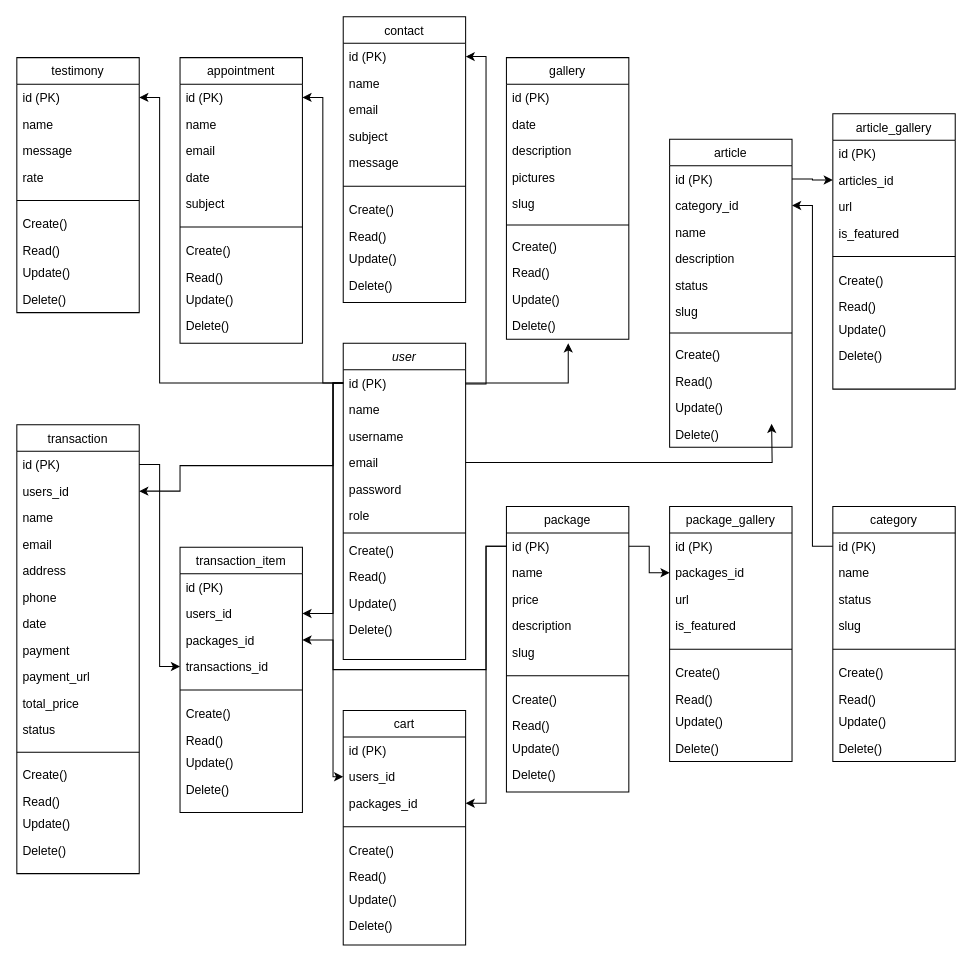
Earlier version of the draw.io diagram diagram/Class Diagram.drawio (wepro-v/asset). Source tidied: cells renumbered, new cells numbered last; positions are measured from the earlier drawing's top-left corner, leaving out a move shared by most shapes. Both pictures are drawn from the tidied source at 102%, with x=0, y=0 at pixel (16, 16).
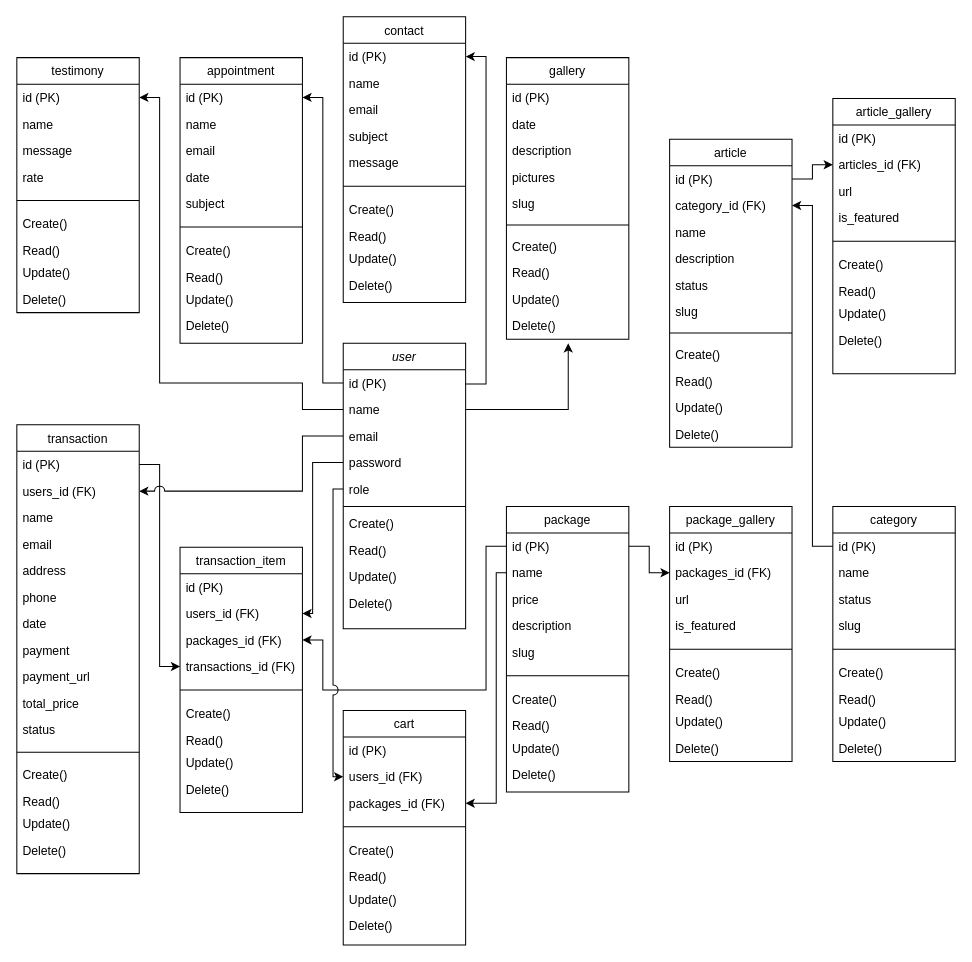
The same page after the edit.

Unchanged cells that the change refers to:
```xml
<mxCell id="5" value="id (PK)" style="text;align=left;verticalAlign=top;spacingLeft=4;spacingRight=4;overflow=hidden;points=[[0,0.5],[1,0.5]];portConstraint=eastwest;" parent="4" vertex="1">
  <mxGeometry y="26" width="120" height="26" as="geometry" />
</mxCell>
<mxCell id="6" value="name" style="text;align=left;verticalAlign=top;spacingLeft=4;spacingRight=4;overflow=hidden;points=[[0,0.5],[1,0.5]];portConstraint=eastwest;rounded=0;shadow=0;html=0;" parent="4" vertex="1">
  <mxGeometry y="52" width="120" height="26" as="geometry" />
</mxCell>
<mxCell id="17" value="id (PK)" style="text;align=left;verticalAlign=top;spacingLeft=4;spacingRight=4;overflow=hidden;points=[[0,0.5],[1,0.5]];portConstraint=eastwest;" parent="16" vertex="1">
  <mxGeometry y="26" width="120" height="26" as="geometry" />
</mxCell>
<mxCell id="18" value="name" style="text;align=left;verticalAlign=top;spacingLeft=4;spacingRight=4;overflow=hidden;points=[[0,0.5],[1,0.5]];portConstraint=eastwest;rounded=0;shadow=0;html=0;" parent="16" vertex="1">
  <mxGeometry y="52" width="120" height="26" as="geometry" />
</mxCell>
<mxCell id="27" value="article" style="swimlane;fontStyle=0;align=center;verticalAlign=top;horizontal=1;startSize=26;rounded=0;shadow=0;strokeWidth=1;" parent="1" vertex="1">
  <mxGeometry x="640" y="120" width="120" height="302" as="geometry" />
</mxCell>
<mxCell id="28" value="id (PK)" style="text;align=left;verticalAlign=top;spacingLeft=4;spacingRight=4;overflow=hidden;points=[[0,0.5],[1,0.5]];portConstraint=eastwest;" parent="27" vertex="1">
  <mxGeometry y="26" width="120" height="26" as="geometry" />
</mxCell>
<mxCell id="49" value="Delete()" style="text;align=left;verticalAlign=top;spacingLeft=4;spacingRight=4;overflow=hidden;points=[[0,0.5],[1,0.5]];portConstraint=eastwest;rounded=0;shadow=0;html=0;" parent="39" vertex="1">
  <mxGeometry y="250" width="120" height="26" as="geometry" />
</mxCell>
<mxCell id="61" value="transaction" style="swimlane;fontStyle=0;align=center;verticalAlign=top;horizontal=1;startSize=26;rounded=0;shadow=0;strokeWidth=1;" parent="1" vertex="1">
  <mxGeometry y="400" width="120" height="440" as="geometry" />
</mxCell>
<mxCell id="81" value="package_gallery" style="swimlane;fontStyle=0;align=center;verticalAlign=top;horizontal=1;startSize=26;rounded=0;shadow=0;strokeWidth=1;" parent="1" vertex="1">
  <mxGeometry x="640" y="480" width="120" height="250" as="geometry" />
</mxCell>
<mxCell id="102" value="transaction_item&#10;" style="swimlane;fontStyle=0;align=center;verticalAlign=top;horizontal=1;startSize=26;rounded=0;shadow=0;strokeWidth=1;" parent="1" vertex="1">
  <mxGeometry x="160" y="520" width="120" height="260" as="geometry" />
</mxCell>
<mxCell id="123" value="cart" style="swimlane;fontStyle=0;align=center;verticalAlign=top;horizontal=1;startSize=26;rounded=0;shadow=0;strokeWidth=1;" parent="1" vertex="1">
  <mxGeometry x="320" y="680" width="120" height="230" as="geometry" />
</mxCell>
<mxCell id="146" value="id (PK)" style="text;align=left;verticalAlign=top;spacingLeft=4;spacingRight=4;overflow=hidden;points=[[0,0.5],[1,0.5]];portConstraint=eastwest;" parent="145" vertex="1">
  <mxGeometry y="26" width="120" height="26" as="geometry" />
</mxCell>
```

The edit, as a diff of the source:
```diff
@@
     <mxCell id="4" value="user" style="swimlane;fontStyle=2;align=center;verticalAlign=top;horizontal=1;startSize=26;rounded=0;shadow=0;strokeWidth=1;" parent="1" vertex="1">
-      <mxGeometry x="320" y="320" width="120" height="310" as="geometry" />
+      <mxGeometry x="320" y="320" width="120" height="280" as="geometry" />
     </mxCell>
@@
-    <mxCell id="7" value="username" style="text;align=left;verticalAlign=top;spacingLeft=4;spacingRight=4;overflow=hidden;rounded=0;shadow=0;html=0;" parent="4" vertex="1">
-      <mxGeometry y="78" width="120" height="26" as="geometry" />
-    </mxCell>
     <mxCell id="8" value="email" style="text;align=left;verticalAlign=top;spacingLeft=4;spacingRight=4;overflow=hidden;points=[[0,0.5],[1,0.5]];portConstraint=eastwest;" parent="4" vertex="1">
-      <mxGeometry y="104" width="120" height="26" as="geometry" />
+      <mxGeometry y="78" width="120" height="26" as="geometry" />
     </mxCell>
     <mxCell id="9" value="password" style="text;align=left;verticalAlign=top;spacingLeft=4;spacingRight=4;overflow=hidden;points=[[0,0.5],[1,0.5]];portConstraint=eastwest;" parent="4" vertex="1">
-      <mxGeometry y="130" width="120" height="26" as="geometry" />
+      <mxGeometry y="104" width="120" height="26" as="geometry" />
     </mxCell>
     <mxCell id="10" value="role" style="text;align=left;verticalAlign=top;spacingLeft=4;spacingRight=4;overflow=hidden;points=[[0,0.5],[1,0.5]];portConstraint=eastwest;" parent="4" vertex="1">
-      <mxGeometry y="156" width="120" height="26" as="geometry" />
+      <mxGeometry y="130" width="120" height="26" as="geometry" />
     </mxCell>
     <mxCell id="11" style="line;html=1;strokeWidth=1;align=left;verticalAlign=middle;spacingTop=-1;spacingLeft=3;spacingRight=3;labelPosition=right;" parent="4" vertex="1">
-      <mxGeometry y="182" width="120" height="8" as="geometry" />
+      <mxGeometry y="156" width="120" height="8" as="geometry" />
     </mxCell>
     <mxCell id="12" value="Create()" style="text;align=left;verticalAlign=top;spacingLeft=4;spacingRight=4;overflow=hidden;rounded=0;shadow=0;html=0;" parent="4" vertex="1">
-      <mxGeometry y="190" width="120" height="26" as="geometry" />
+      <mxGeometry y="164" width="120" height="26" as="geometry" />
     </mxCell>
     <mxCell id="13" value="Read()" style="text;align=left;verticalAlign=top;spacingLeft=4;spacingRight=4;overflow=hidden;rounded=0;shadow=0;html=0;" parent="4" vertex="1">
-      <mxGeometry y="216" width="120" height="26" as="geometry" />
+      <mxGeometry y="190" width="120" height="26" as="geometry" />
     </mxCell>
     <mxCell id="14" value="Update()" style="text;align=left;verticalAlign=top;spacingLeft=4;spacingRight=4;overflow=hidden;rounded=0;shadow=0;html=0;" parent="4" vertex="1">
-      <mxGeometry y="242" width="120" height="26" as="geometry" />
+      <mxGeometry y="216" width="120" height="26" as="geometry" />
     </mxCell>
     <mxCell id="15" value="Delete()" style="text;align=left;verticalAlign=top;spacingLeft=4;spacingRight=4;overflow=hidden;rounded=0;shadow=0;html=0;" parent="4" vertex="1">
-      <mxGeometry y="268" width="120" height="26" as="geometry" />
+      <mxGeometry y="242" width="120" height="26" as="geometry" />
     </mxCell>
@@
-    <mxCell id="29" value="category_id" style="text;align=left;verticalAlign=top;spacingLeft=4;spacingRight=4;overflow=hidden;points=[[0,0.5],[1,0.5]];portConstraint=eastwest;rounded=0;shadow=0;html=0;" parent="27" vertex="1">
+    <mxCell id="29" value="category_id (FK)" style="text;align=left;verticalAlign=top;spacingLeft=4;spacingRight=4;overflow=hidden;points=[[0,0.5],[1,0.5]];portConstraint=eastwest;rounded=0;shadow=0;html=0;" parent="27" vertex="1">
       <mxGeometry y="52" width="120" height="26" as="geometry" />
     </mxCell>
@@
-    <mxCell id="63" value="users_id" style="text;align=left;verticalAlign=top;spacingLeft=4;spacingRight=4;overflow=hidden;points=[[0,0.5],[1,0.5]];portConstraint=eastwest;rounded=0;shadow=0;html=0;" parent="61" vertex="1">
+    <mxCell id="63" value="users_id (FK)&#10;" style="text;align=left;verticalAlign=top;spacingLeft=4;spacingRight=4;overflow=hidden;points=[[0,0.5],[1,0.5]];portConstraint=eastwest;rounded=0;shadow=0;html=0;" parent="61" vertex="1">
       <mxGeometry y="52" width="120" height="26" as="geometry" />
     </mxCell>
@@
-    <mxCell id="78" style="edgeStyle=orthogonalEdgeStyle;rounded=0;jettySize=auto;html=1;entryX=1;entryY=0.5;entryDx=0;entryDy=0;exitX=0;exitY=0.5;exitDx=0;exitDy=0;" parent="1" edge="1" source="5" target="63">
-      <mxGeometry relative="1" as="geometry">
-        <Array as="points">
-          <mxPoint x="310" y="359" />
-          <mxPoint x="310" y="440" />
-          <mxPoint x="160" y="440" />
-          <mxPoint x="160" y="465" />
-        </Array>
-      </mxGeometry>
-    </mxCell>
-    <mxCell id="79" style="edgeStyle=orthogonalEdgeStyle;rounded=0;jettySize=auto;html=1;entryX=0.505;entryY=1.158;entryDx=0;entryDy=0;entryPerimeter=0;exitX=1;exitY=0.5;exitDx=0;exitDy=0;" parent="1" edge="1" source="5" target="49">
+    <mxCell id="79" style="edgeStyle=orthogonalEdgeStyle;rounded=0;jettySize=auto;html=1;entryX=0.505;entryY=1.158;entryDx=0;entryDy=0;entryPerimeter=0;exitX=1;exitY=0.5;exitDx=0;exitDy=0;" parent="1" edge="1" source="6" target="49">
       <mxGeometry relative="1" as="geometry">
         <Array as="points">
-          <mxPoint x="540" y="359" />
+          <mxPoint x="541" y="385" />
         </Array>
       </mxGeometry>
     </mxCell>
-    <mxCell id="80" style="edgeStyle=orthogonalEdgeStyle;rounded=0;jettySize=auto;html=1;" parent="1" edge="1" source="8">
-      <mxGeometry relative="1" as="geometry">
-        <mxPoint x="740" y="399" as="targetPoint" />
-      </mxGeometry>
-    </mxCell>
@@
-    <mxCell id="83" value="packages_id" style="text;align=left;verticalAlign=top;spacingLeft=4;spacingRight=4;overflow=hidden;points=[[0,0.5],[1,0.5]];portConstraint=eastwest;rounded=0;shadow=0;html=0;" parent="81" vertex="1">
+    <mxCell id="83" value="packages_id (FK)" style="text;align=left;verticalAlign=top;spacingLeft=4;spacingRight=4;overflow=hidden;points=[[0,0.5],[1,0.5]];portConstraint=eastwest;rounded=0;shadow=0;html=0;" parent="81" vertex="1">
       <mxGeometry y="52" width="120" height="26" as="geometry" />
     </mxCell>
@@
     <mxCell id="92" value="article_gallery" style="swimlane;fontStyle=0;align=center;verticalAlign=top;horizontal=1;startSize=26;rounded=0;shadow=0;strokeWidth=1;" parent="1" vertex="1">
-      <mxGeometry x="800" y="95" width="120" height="270" as="geometry" />
+      <mxGeometry x="800" y="80" width="120" height="270" as="geometry" />
     </mxCell>
@@
-    <mxCell id="94" value="articles_id&#10;" style="text;align=left;verticalAlign=top;spacingLeft=4;spacingRight=4;overflow=hidden;points=[[0,0.5],[1,0.5]];portConstraint=eastwest;rounded=0;shadow=0;html=0;" parent="92" vertex="1">
+    <mxCell id="94" value="articles_id (FK)&#10;" style="text;align=left;verticalAlign=top;spacingLeft=4;spacingRight=4;overflow=hidden;points=[[0,0.5],[1,0.5]];portConstraint=eastwest;rounded=0;shadow=0;html=0;" parent="92" vertex="1">
       <mxGeometry y="52" width="120" height="26" as="geometry" />
     </mxCell>
@@
-    <mxCell id="104" value="users_id" style="text;align=left;verticalAlign=top;spacingLeft=4;spacingRight=4;overflow=hidden;points=[[0,0.5],[1,0.5]];portConstraint=eastwest;rounded=0;shadow=0;html=0;" parent="102" vertex="1">
+    <mxCell id="104" value="users_id (FK)" style="text;align=left;verticalAlign=top;spacingLeft=4;spacingRight=4;overflow=hidden;points=[[0,0.5],[1,0.5]];portConstraint=eastwest;rounded=0;shadow=0;html=0;" parent="102" vertex="1">
       <mxGeometry y="52" width="120" height="26" as="geometry" />
     </mxCell>
-    <mxCell id="105" value="packages_id" style="text;align=left;verticalAlign=top;spacingLeft=4;spacingRight=4;overflow=hidden;points=[[0,0.5],[1,0.5]];portConstraint=eastwest;rounded=0;shadow=0;html=0;" parent="102" vertex="1">
+    <mxCell id="105" value="packages_id (FK)" style="text;align=left;verticalAlign=top;spacingLeft=4;spacingRight=4;overflow=hidden;points=[[0,0.5],[1,0.5]];portConstraint=eastwest;rounded=0;shadow=0;html=0;" parent="102" vertex="1">
       <mxGeometry y="78" width="120" height="26" as="geometry" />
     </mxCell>
-    <mxCell id="106" value="transactions_id" style="text;align=left;verticalAlign=top;spacingLeft=4;spacingRight=4;overflow=hidden;points=[[0,0.5],[1,0.5]];portConstraint=eastwest;rounded=0;shadow=0;html=0;" parent="102" vertex="1">
+    <mxCell id="106" value="transactions_id (FK)" style="text;align=left;verticalAlign=top;spacingLeft=4;spacingRight=4;overflow=hidden;points=[[0,0.5],[1,0.5]];portConstraint=eastwest;rounded=0;shadow=0;html=0;" parent="102" vertex="1">
       <mxGeometry y="104" width="120" height="26" as="geometry" />
     </mxCell>
@@
-    <mxCell id="125" value="users_id" style="text;align=left;verticalAlign=top;spacingLeft=4;spacingRight=4;overflow=hidden;points=[[0,0.5],[1,0.5]];portConstraint=eastwest;rounded=0;shadow=0;html=0;" parent="123" vertex="1">
+    <mxCell id="125" value="users_id (FK)" style="text;align=left;verticalAlign=top;spacingLeft=4;spacingRight=4;overflow=hidden;points=[[0,0.5],[1,0.5]];portConstraint=eastwest;rounded=0;shadow=0;html=0;" parent="123" vertex="1">
       <mxGeometry y="52" width="120" height="26" as="geometry" />
     </mxCell>
-    <mxCell id="126" value="packages_id" style="text;align=left;verticalAlign=top;spacingLeft=4;spacingRight=4;overflow=hidden;points=[[0,0.5],[1,0.5]];portConstraint=eastwest;rounded=0;shadow=0;html=0;" parent="123" vertex="1">
+    <mxCell id="126" value="packages_id (FK)" style="text;align=left;verticalAlign=top;spacingLeft=4;spacingRight=4;overflow=hidden;points=[[0,0.5],[1,0.5]];portConstraint=eastwest;rounded=0;shadow=0;html=0;" parent="123" vertex="1">
       <mxGeometry y="78" width="120" height="26" as="geometry" />
     </mxCell>
@@
-    <mxCell id="143" style="edgeStyle=orthogonalEdgeStyle;rounded=0;jettySize=auto;html=1;entryX=1;entryY=0.5;entryDx=0;entryDy=0;exitX=0;exitY=0.5;exitDx=0;exitDy=0;" parent="1" edge="1" source="17" target="105">
-      <mxGeometry relative="1" as="geometry">
-        <Array as="points">
-          <mxPoint x="460" y="519" />
-          <mxPoint x="460" y="640" />
-          <mxPoint x="310" y="640" />
-          <mxPoint x="310" y="611" />
-        </Array>
-      </mxGeometry>
-    </mxCell>
-    <mxCell id="144" style="edgeStyle=orthogonalEdgeStyle;rounded=0;jettySize=auto;html=1;entryX=1;entryY=0.5;entryDx=0;entryDy=0;" parent="1" edge="1" source="5" target="104">
-      <mxGeometry relative="1" as="geometry">
-        <Array as="points">
-          <mxPoint x="310" y="359" />
-          <mxPoint x="310" y="585" />
-        </Array>
-      </mxGeometry>
-    </mxCell>
@@
+    <mxCell id="143" style="edgeStyle=orthogonalEdgeStyle;rounded=0;jettySize=auto;html=1;entryX=1;entryY=0.5;entryDx=0;entryDy=0;exitX=0;exitY=0.5;exitDx=0;exitDy=0;jumpStyle=arc;" parent="1" edge="1" source="17" target="105">
+      <mxGeometry relative="1" as="geometry">
+        <Array as="points">
+          <mxPoint x="460" y="519" />
+          <mxPoint x="460" y="660" />
+          <mxPoint x="300" y="660" />
+          <mxPoint x="300" y="611" />
+        </Array>
+      </mxGeometry>
+    </mxCell>
-    <mxCell id="155" style="edgeStyle=orthogonalEdgeStyle;rounded=0;jettySize=auto;html=1;entryX=1;entryY=0.5;entryDx=0;entryDy=0;" parent="1" edge="1" source="17" target="126">
-      <mxGeometry relative="1" as="geometry" />
+    <mxCell id="155" style="edgeStyle=orthogonalEdgeStyle;rounded=0;jettySize=auto;html=1;entryX=1;entryY=0.5;entryDx=0;entryDy=0;exitX=0;exitY=0.5;exitDx=0;exitDy=0;" parent="1" edge="1" source="18" target="126">
+      <mxGeometry relative="1" as="geometry">
+        <Array as="points">
+          <mxPoint x="470" y="545" />
+          <mxPoint x="470" y="771" />
+        </Array>
+      </mxGeometry>
     </mxCell>
-    <mxCell id="156" style="edgeStyle=orthogonalEdgeStyle;rounded=0;jettySize=auto;html=1;entryX=0;entryY=0.5;entryDx=0;entryDy=0;" parent="1" edge="1" source="5" target="125">
+    <mxCell id="156" style="edgeStyle=orthogonalEdgeStyle;rounded=0;jettySize=auto;html=1;entryX=0;entryY=0.5;entryDx=0;entryDy=0;jumpStyle=arc;jumpSize=10;exitX=0;exitY=0.5;exitDx=0;exitDy=0;" parent="1" edge="1" source="10" target="125">
       <mxGeometry relative="1" as="geometry">
         <Array as="points">
-          <mxPoint x="310" y="359" />
+          <mxPoint x="310" y="463" />
           <mxPoint x="310" y="745" />
         </Array>
       </mxGeometry>
     </mxCell>
-    <mxCell id="157" style="edgeStyle=orthogonalEdgeStyle;rounded=0;jettySize=auto;html=1;entryX=1;entryY=0.5;entryDx=0;entryDy=0;" parent="1" edge="1" source="5" target="146">
+    <mxCell id="157" style="edgeStyle=orthogonalEdgeStyle;rounded=0;jettySize=auto;html=1;entryX=1;entryY=0.5;entryDx=0;entryDy=0;exitX=0;exitY=0.5;exitDx=0;exitDy=0;" parent="1" edge="1" source="6" target="146">
       <mxGeometry relative="1" as="geometry">
         <Array as="points">
+          <mxPoint x="280" y="385" />
+          <mxPoint x="280" y="359" />
           <mxPoint x="140" y="359" />
           <mxPoint x="140" y="79" />
         </Array>
       </mxGeometry>
     </mxCell>
@@
-    <mxCell id="159" style="edgeStyle=orthogonalEdgeStyle;rounded=0;jettySize=auto;html=1;entryX=0;entryY=0.5;entryDx=0;entryDy=0;" parent="1" edge="1" source="28" target="94">
-      <mxGeometry relative="1" as="geometry" />
+    <mxCell id="159" style="edgeStyle=orthogonalEdgeStyle;rounded=0;jettySize=auto;html=1;entryX=0;entryY=0.5;entryDx=0;entryDy=0;" parent="1" edge="1" target="94">
+      <mxGeometry relative="1" as="geometry">
+        <mxPoint x="760" y="159" as="sourcePoint" />
+        <Array as="points">
+          <mxPoint x="780" y="159" />
+          <mxPoint x="780" y="145" />
+        </Array>
+      </mxGeometry>
     </mxCell>
+    <mxCell id="78" style="edgeStyle=orthogonalEdgeStyle;rounded=0;jettySize=auto;html=1;entryX=1;entryY=0.5;entryDx=0;entryDy=0;exitX=0;exitY=0.5;exitDx=0;exitDy=0;jumpStyle=arc;jumpSize=10;" parent="1" edge="1" source="8" target="63">
+      <mxGeometry relative="1" as="geometry">
+        <Array as="points">
+          <mxPoint x="280" y="411" />
+          <mxPoint x="280" y="465" />
+        </Array>
+      </mxGeometry>
+    </mxCell>
+    <mxCell id="144" style="edgeStyle=orthogonalEdgeStyle;rounded=0;jettySize=auto;html=1;entryX=1;entryY=0.5;entryDx=0;entryDy=0;jumpStyle=arc;jumpSize=10;exitX=0;exitY=0.5;exitDx=0;exitDy=0;" parent="1" edge="1" source="9" target="104">
+      <mxGeometry relative="1" as="geometry">
+        <Array as="points">
+          <mxPoint x="290" y="437" />
+          <mxPoint x="290" y="585" />
+        </Array>
+      </mxGeometry>
+    </mxCell>
```
